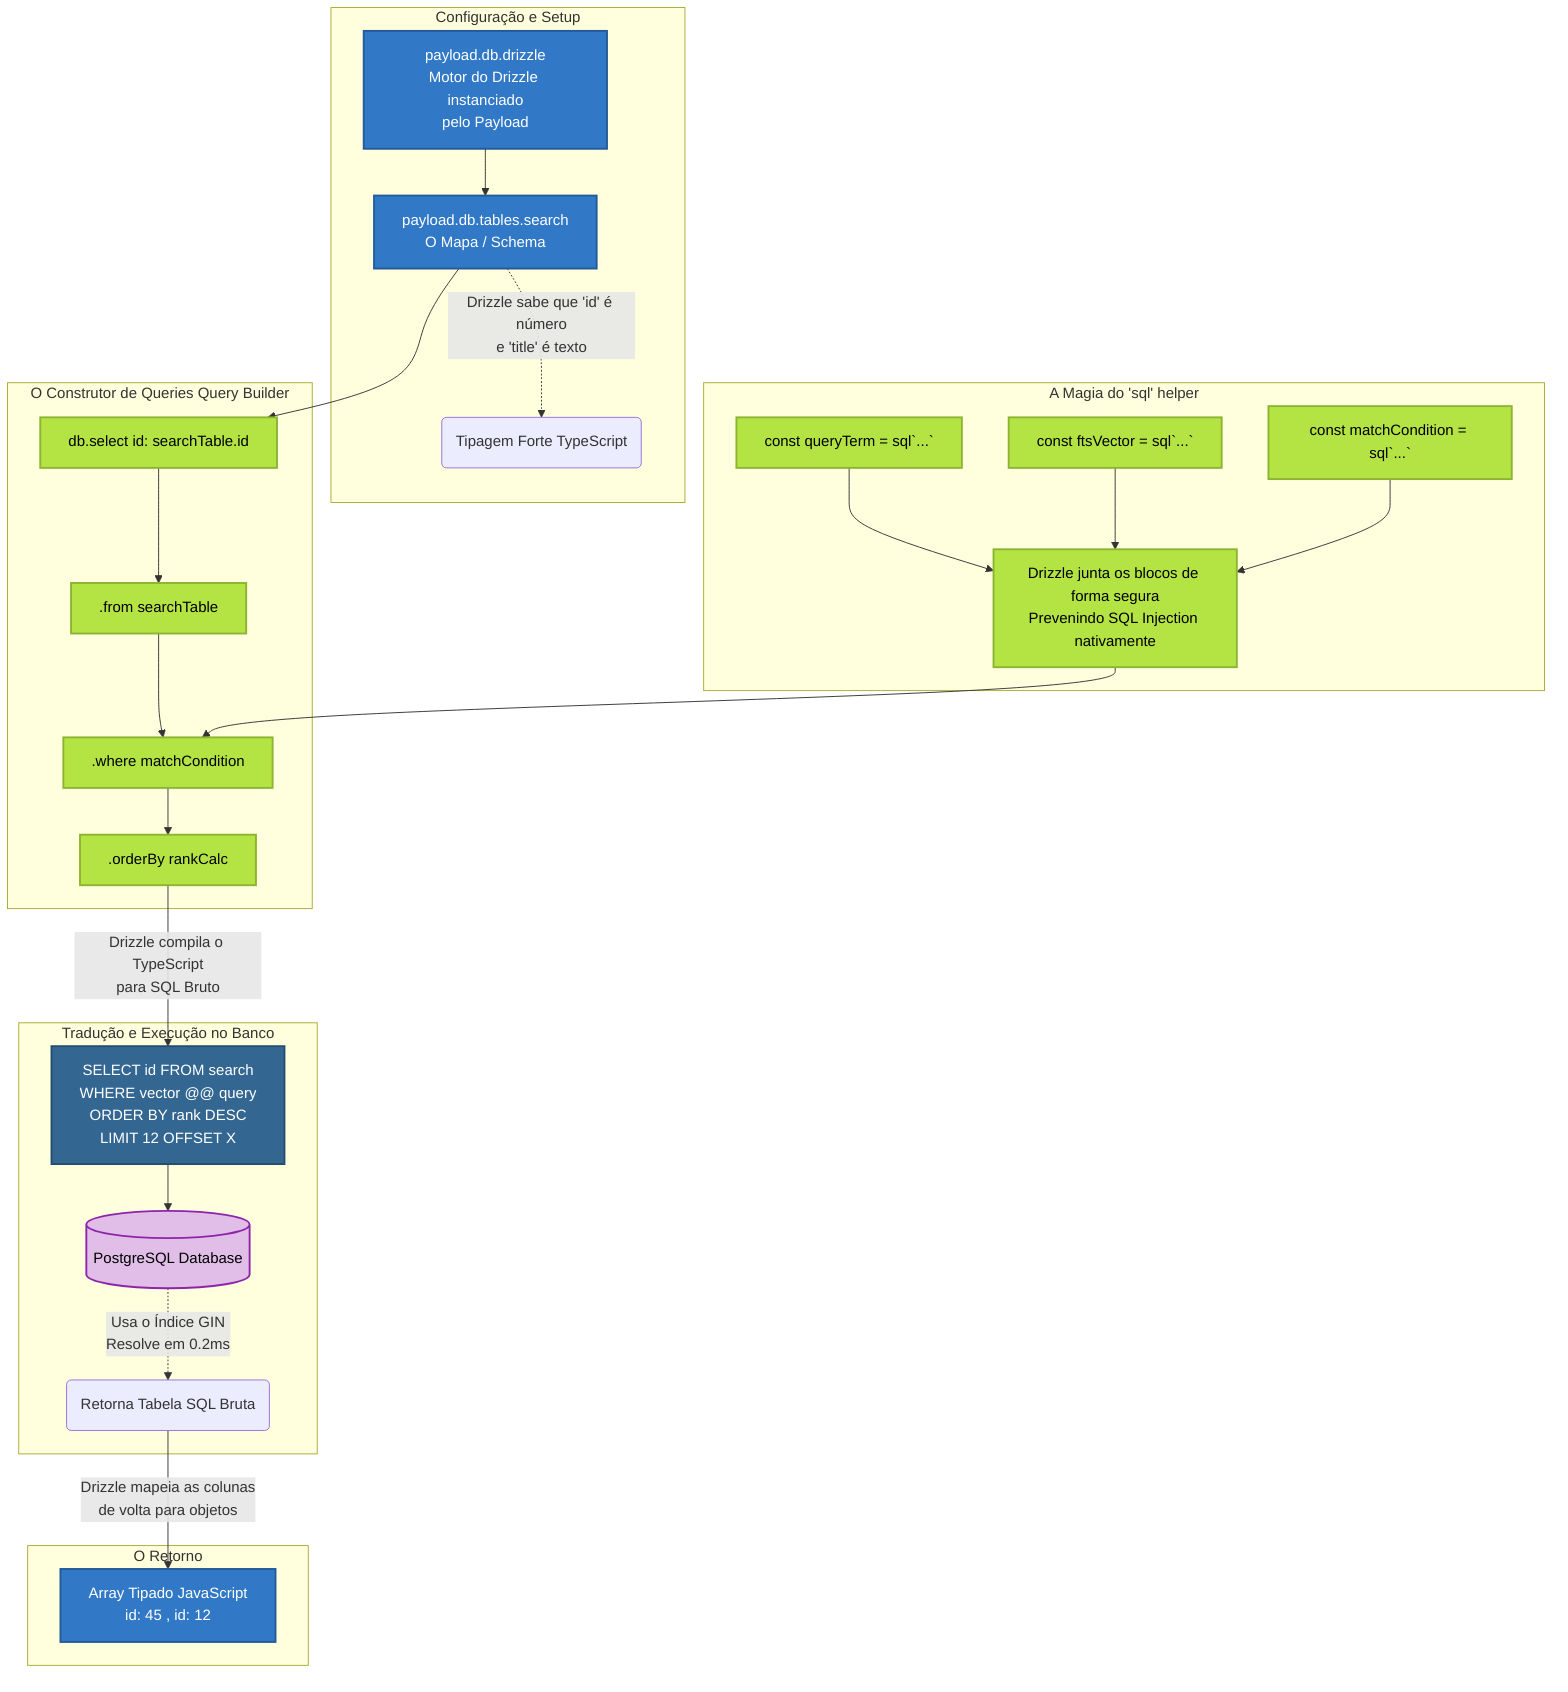
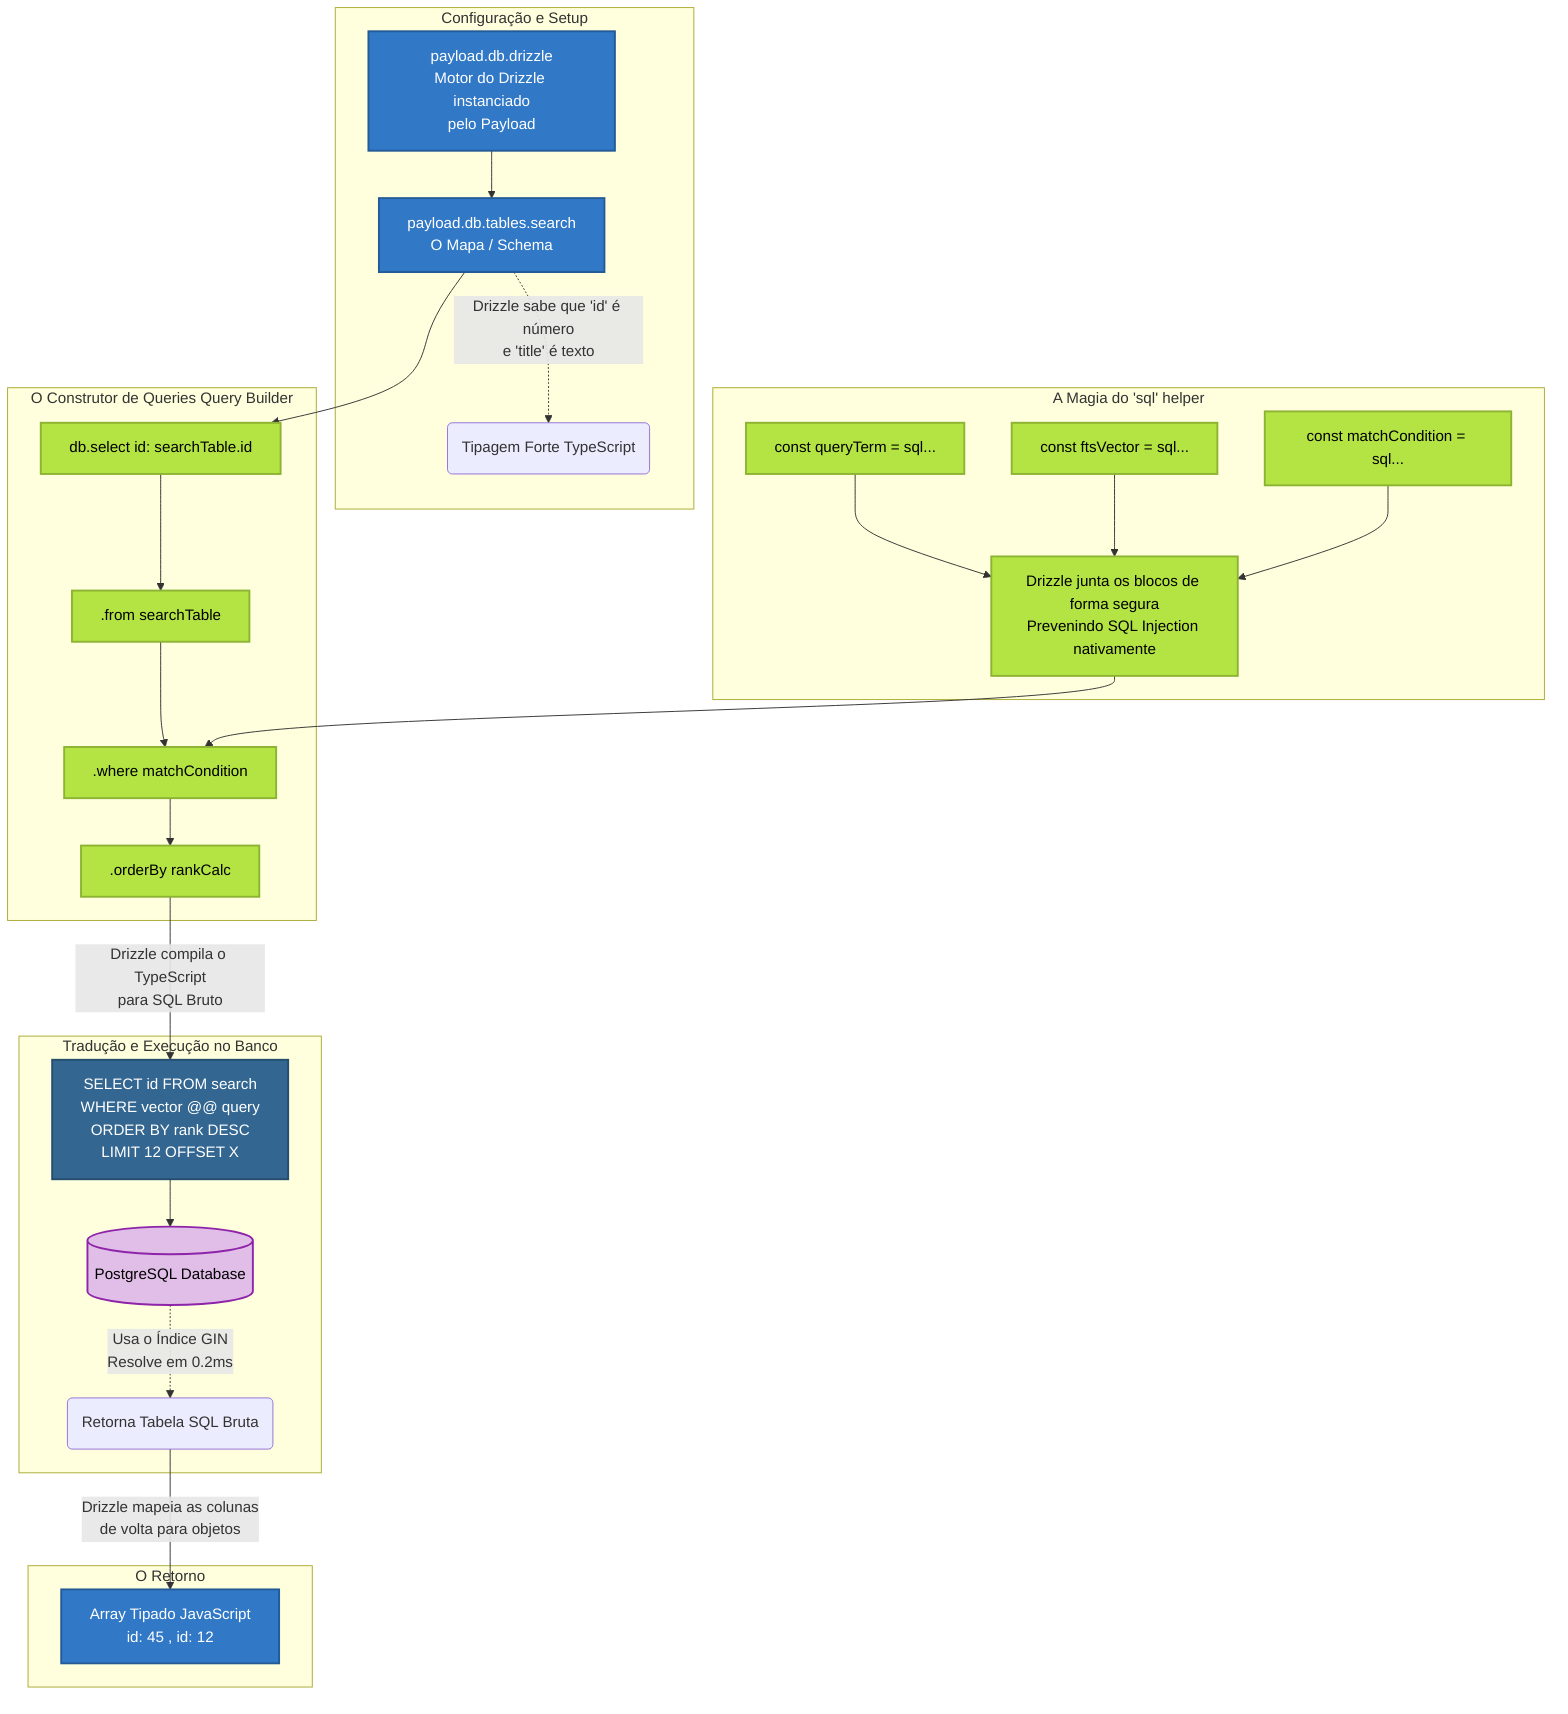
graph TD
    classDef ts fill:#3178c6,stroke:#235a97,stroke-width:2px,color:white;
    classDef drizzle fill:#b4e444,stroke:#8cb332,stroke-width:2px,color:black;
    classDef sql fill:#336791,stroke:#254d6e,stroke-width:2px,color:white;
    classDef db fill:#e1bee7,stroke:#8e24aa,stroke-width:2px,color:black;

    subgraph Configuração e Setup
        A[payload.db.drizzle<br>Motor do Drizzle instanciado<br>pelo Payload]:::ts --> B
        B[payload.db.tables.search<br>O Mapa / Schema]:::ts
        B -.-> |Drizzle sabe que 'id' é número<br>e 'title' é texto| B1(Tipagem Forte TypeScript)
    end

    subgraph A Magia do 'sql' helper
-         C[const queryTerm = sql`...`]:::drizzle
-         D[const ftsVector = sql`...`]:::drizzle
-         E[const matchCondition = sql`...`]:::drizzle
+         C[const queryTerm = sql...]:::drizzle
+         D[const ftsVector = sql...]:::drizzle
+         E[const matchCondition = sql...]:::drizzle

        C --> F
        D --> F
        E --> F
        F[Drizzle junta os blocos de forma segura<br>Prevenindo SQL Injection nativamente]:::drizzle
    end

    subgraph O Construtor de Queries Query Builder
        G[db.select id: searchTable.id ]:::drizzle
        H[.from searchTable ]:::drizzle
        I[.where matchCondition ]:::drizzle
        J[.orderBy rankCalc ]:::drizzle

        G --> H --> I --> J
    end

    subgraph Tradução e Execução no Banco
        J --> |Drizzle compila o TypeScript<br>para SQL Bruto| K
        K[SELECT id FROM search<br>WHERE vector @@ query<br>ORDER BY rank DESC<br>LIMIT 12 OFFSET X]:::sql

        K --> L[(PostgreSQL Database)]:::db
        L -.-> |Usa o Índice GIN<br>Resolve em 0.2ms| M(Retorna Tabela SQL Bruta)
    end

    subgraph O Retorno
        M --> |Drizzle mapeia as colunas<br>de volta para objetos| N
        N[Array Tipado JavaScript<br> id: 45 ,  id: 12 ]:::ts
    end

    B --> G
    F --> I